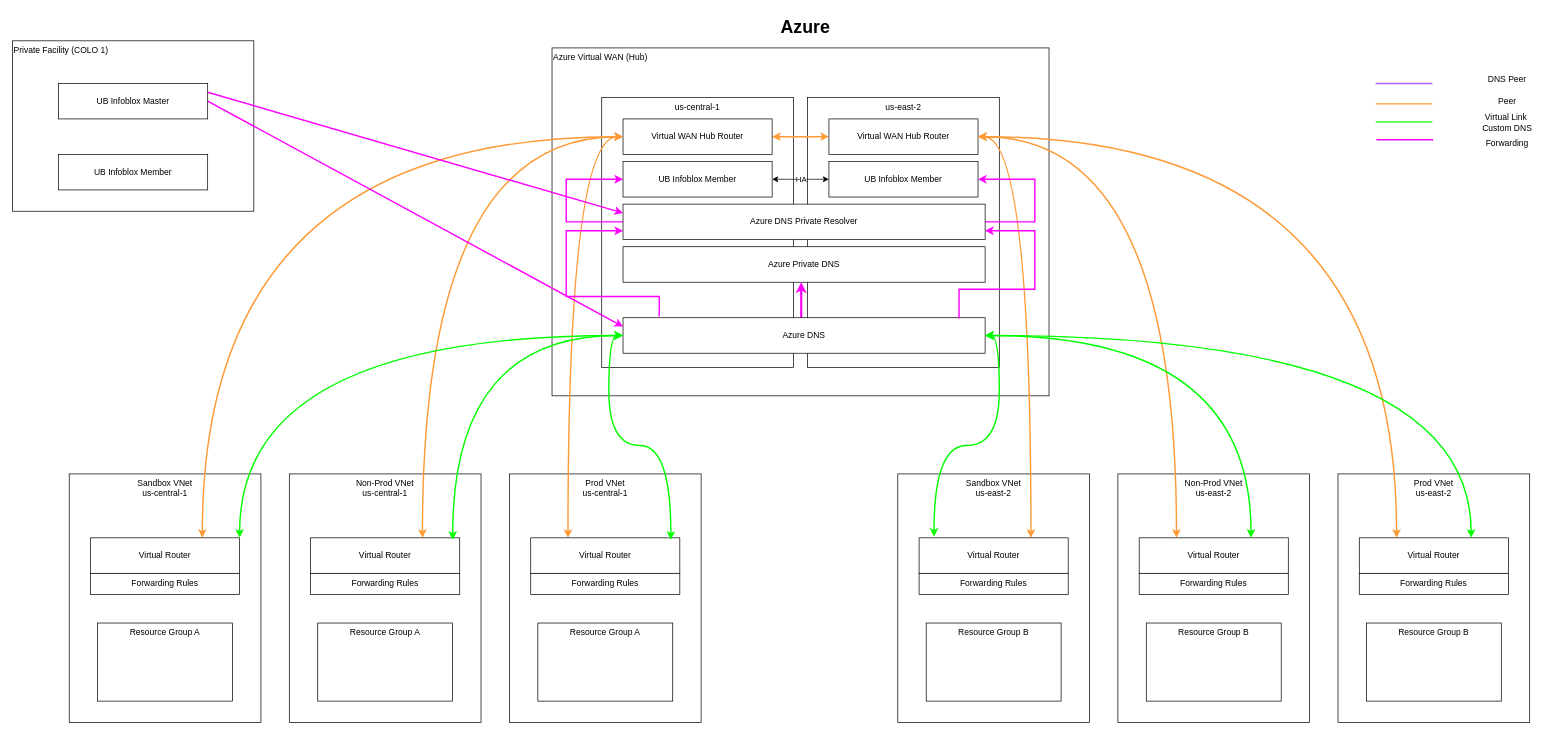
Before: page "DNS - Level 1 CyrusOne" (18 of 18) of disaster-recovery.drawio in bpayt2/temp, a draw.io diagram. Source tidied: cells renumbered, new cells numbered last; positions are measured from the earlier drawing's top-left corner, leaving out a move shared by most shapes. Both pictures are drawn from the tidied source at 71%, with x=0, y=0 at pixel (12, 12).
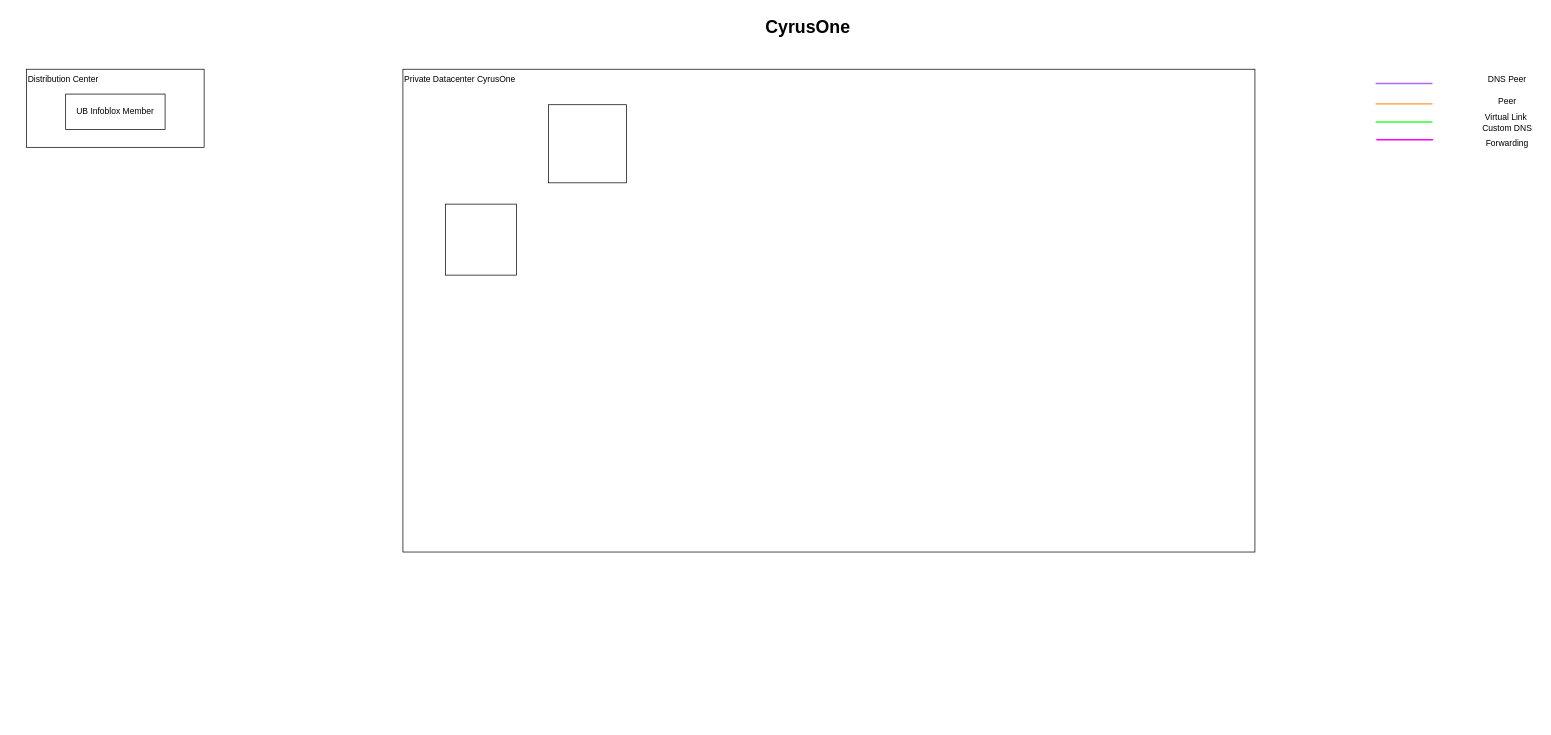
After the change.

The edit, as a diff of the source:
```diff
@@
-    <mxCell id="2" value="Azure Virtual WAN (Hub)" style="rounded=0;whiteSpace=wrap;html=1;align=left;verticalAlign=top;" parent="1" vertex="1">
-      <mxGeometry x="760" y="50" width="700" height="490" as="geometry" />
+    <mxCell id="2" value="Private Datacenter CyrusOne" style="rounded=0;whiteSpace=wrap;html=1;align=left;verticalAlign=top;" parent="1" vertex="1">
+      <mxGeometry x="550" y="80" width="1200" height="680" as="geometry" />
     </mxCell>
-    <mxCell id="3" value="us-central-1" style="rounded=0;whiteSpace=wrap;html=1;verticalAlign=top;" parent="1" vertex="1">
-      <mxGeometry x="830" y="120" width="270" height="380" as="geometry" />
-    </mxCell>
-    <mxCell id="4" value="us-east-2" style="rounded=0;whiteSpace=wrap;html=1;verticalAlign=top;" parent="1" vertex="1">
-      <mxGeometry x="1120" y="120" width="270" height="380" as="geometry" />
-    </mxCell>
-    <mxCell id="5" style="edgeStyle=orthogonalEdgeStyle;rounded=0;orthogonalLoop=1;jettySize=auto;html=1;exitX=0.5;exitY=0;exitDx=0;exitDy=0;entryX=0.5;entryY=1;entryDx=0;entryDy=0;strokeColor=#FF00FF;strokeWidth=3;" parent="1" edge="1">
-      <mxGeometry relative="1" as="geometry">
-        <mxPoint x="1111" y="430" as="sourcePoint" />
-        <mxPoint x="1111" y="380" as="targetPoint" />
-      </mxGeometry>
-    </mxCell>
-    <mxCell id="6" value="Azure DNS" style="rounded=0;whiteSpace=wrap;html=1;" parent="1" vertex="1">
-      <mxGeometry x="860" y="430" width="510" height="50" as="geometry" />
-    </mxCell>
-    <mxCell id="7" style="edgeStyle=orthogonalEdgeStyle;rounded=0;jettySize=auto;html=1;exitX=1;exitY=0.5;exitDx=0;exitDy=0;entryX=0;entryY=0.5;entryDx=0;entryDy=0;startArrow=classic;startFill=1;" parent="1" edge="1" source="9" target="10">
-      <mxGeometry relative="1" as="geometry" />
-    </mxCell>
-    <mxCell id="8" value="HA" style="edgeLabel;html=1;align=center;verticalAlign=middle;" parent="7" vertex="1">
-      <mxGeometry x="-0.01" y="-2" relative="1" as="geometry">
-        <mxPoint y="-2" as="offset" />
-      </mxGeometry>
-    </mxCell>
-    <mxCell id="9" value="UB Infoblox Member" style="rounded=0;whiteSpace=wrap;html=1;" parent="1" vertex="1">
-      <mxGeometry x="860" y="210" width="210" height="50" as="geometry" />
-    </mxCell>
-    <mxCell id="10" value="UB Infoblox Member" style="rounded=0;whiteSpace=wrap;html=1;" parent="1" vertex="1">
-      <mxGeometry x="1150" y="210" width="210" height="50" as="geometry" />
-    </mxCell>
-    <mxCell id="11" style="edgeStyle=orthogonalEdgeStyle;rounded=0;jettySize=auto;html=1;exitX=1;exitY=0.5;exitDx=0;exitDy=0;endArrow=classic;endFill=1;strokeColor=#FF9933;startArrow=classic;startFill=1;strokeWidth=2;" parent="1" edge="1" source="12" target="13">
-      <mxGeometry relative="1" as="geometry" />
-    </mxCell>
-    <mxCell id="12" value="Virtual WAN Hub Router" style="rounded=0;whiteSpace=wrap;html=1;" parent="1" vertex="1">
-      <mxGeometry x="860" y="150" width="210" height="50" as="geometry" />
-    </mxCell>
-    <mxCell id="13" value="Virtual WAN Hub Router" style="rounded=0;whiteSpace=wrap;html=1;" parent="1" vertex="1">
-      <mxGeometry x="1150" y="150" width="210" height="50" as="geometry" />
-    </mxCell>
-    <mxCell id="14" value="Sandbox VNet&lt;br&gt;us-central-1" style="rounded=0;whiteSpace=wrap;html=1;verticalAlign=top;" parent="1" vertex="1">
-      <mxGeometry x="80" y="650" width="270" height="350" as="geometry" />
-    </mxCell>
-    <mxCell id="15" value="Sandbox VNet&lt;br&gt;us-east-2" style="rounded=0;whiteSpace=wrap;html=1;verticalAlign=top;" parent="1" vertex="1">
-      <mxGeometry x="1247" y="650" width="270" height="350" as="geometry" />
-    </mxCell>
-    <mxCell id="16" style="rounded=0;jettySize=auto;html=1;exitX=0.75;exitY=0;exitDx=0;exitDy=0;entryX=0;entryY=0.5;entryDx=0;entryDy=0;edgeStyle=orthogonalEdgeStyle;elbow=vertical;curved=1;strokeColor=#FF9933;startArrow=classic;startFill=1;strokeWidth=2;" parent="1" edge="1" source="17" target="12">
-      <mxGeometry relative="1" as="geometry" />
-    </mxCell>
-    <mxCell id="17" value="Virtual Router" style="rounded=0;whiteSpace=wrap;html=1;" parent="1" vertex="1">
-      <mxGeometry x="110" y="740" width="210" height="50" as="geometry" />
-    </mxCell>
-    <mxCell id="18" style="edgeStyle=orthogonalEdgeStyle;rounded=0;jettySize=auto;html=1;exitX=0.75;exitY=0;exitDx=0;exitDy=0;entryX=1;entryY=0.5;entryDx=0;entryDy=0;curved=1;strokeColor=#FF9933;startArrow=classic;startFill=1;strokeWidth=2;" parent="1" edge="1" source="19" target="13">
-      <mxGeometry relative="1" as="geometry" />
-    </mxCell>
-    <mxCell id="19" value="Virtual Router" style="rounded=0;whiteSpace=wrap;html=1;" parent="1" vertex="1">
-      <mxGeometry x="1277" y="740" width="210" height="50" as="geometry" />
-    </mxCell>
-    <mxCell id="20" value="Resource Group A" style="rounded=0;whiteSpace=wrap;html=1;verticalAlign=top;" parent="1" vertex="1">
-      <mxGeometry x="120" y="860" width="190" height="110" as="geometry" />
-    </mxCell>
-    <mxCell id="21" value="Resource Group B" style="rounded=0;whiteSpace=wrap;html=1;verticalAlign=top;" parent="1" vertex="1">
-      <mxGeometry x="1287" y="860" width="190" height="110" as="geometry" />
-    </mxCell>
-    <mxCell id="22" value="Non-Prod VNet&lt;br&gt;us-central-1" style="rounded=0;whiteSpace=wrap;html=1;verticalAlign=top;" parent="1" vertex="1">
-      <mxGeometry x="390" y="650" width="270" height="350" as="geometry" />
-    </mxCell>
-    <mxCell id="23" value="Non-Prod VNet&lt;br&gt;us-east-2" style="rounded=0;whiteSpace=wrap;html=1;verticalAlign=top;" parent="1" vertex="1">
-      <mxGeometry x="1557" y="650" width="270" height="350" as="geometry" />
-    </mxCell>
-    <mxCell id="24" style="rounded=0;jettySize=auto;html=1;exitX=0.75;exitY=0;exitDx=0;exitDy=0;entryX=0;entryY=0.5;entryDx=0;entryDy=0;edgeStyle=orthogonalEdgeStyle;elbow=vertical;curved=1;strokeColor=#FF9933;startArrow=classic;startFill=1;strokeWidth=2;" parent="1" edge="1" source="25" target="12">
-      <mxGeometry relative="1" as="geometry" />
-    </mxCell>
-    <mxCell id="25" value="Virtual Router" style="rounded=0;whiteSpace=wrap;html=1;" parent="1" vertex="1">
-      <mxGeometry x="420" y="740" width="210" height="50" as="geometry" />
-    </mxCell>
-    <mxCell id="26" style="edgeStyle=orthogonalEdgeStyle;rounded=0;jettySize=auto;html=1;exitX=0.25;exitY=0;exitDx=0;exitDy=0;entryX=1;entryY=0.5;entryDx=0;entryDy=0;curved=1;strokeColor=#FF9933;startArrow=classic;startFill=1;strokeWidth=2;" parent="1" edge="1" source="27" target="13">
-      <mxGeometry relative="1" as="geometry" />
-    </mxCell>
-    <mxCell id="27" value="Virtual Router" style="rounded=0;whiteSpace=wrap;html=1;" parent="1" vertex="1">
-      <mxGeometry x="1587" y="740" width="210" height="50" as="geometry" />
-    </mxCell>
-    <mxCell id="28" value="Resource Group A" style="rounded=0;whiteSpace=wrap;html=1;verticalAlign=top;" parent="1" vertex="1">
-      <mxGeometry x="430" y="860" width="190" height="110" as="geometry" />
-    </mxCell>
-    <mxCell id="29" value="Resource Group B" style="rounded=0;whiteSpace=wrap;html=1;verticalAlign=top;" parent="1" vertex="1">
-      <mxGeometry x="1597" y="860" width="190" height="110" as="geometry" />
-    </mxCell>
-    <mxCell id="30" value="Prod VNet&lt;br&gt;us-central-1" style="rounded=0;whiteSpace=wrap;html=1;verticalAlign=top;" parent="1" vertex="1">
-      <mxGeometry x="700" y="650" width="270" height="350" as="geometry" />
-    </mxCell>
-    <mxCell id="31" value="Prod VNet&lt;br&gt;us-east-2" style="rounded=0;whiteSpace=wrap;html=1;verticalAlign=top;" parent="1" vertex="1">
-      <mxGeometry x="1867" y="650" width="270" height="350" as="geometry" />
-    </mxCell>
-    <mxCell id="32" style="rounded=0;jettySize=auto;html=1;exitX=0.25;exitY=0;exitDx=0;exitDy=0;entryX=0;entryY=0.5;entryDx=0;entryDy=0;edgeStyle=orthogonalEdgeStyle;elbow=vertical;curved=1;strokeColor=#FF9933;startArrow=classic;startFill=1;strokeWidth=2;" parent="1" edge="1" source="33" target="12">
-      <mxGeometry relative="1" as="geometry" />
-    </mxCell>
-    <mxCell id="33" value="Virtual Router" style="rounded=0;whiteSpace=wrap;html=1;" parent="1" vertex="1">
-      <mxGeometry x="730" y="740" width="210" height="50" as="geometry" />
-    </mxCell>
-    <mxCell id="34" style="edgeStyle=orthogonalEdgeStyle;rounded=0;jettySize=auto;html=1;exitX=0.25;exitY=0;exitDx=0;exitDy=0;entryX=1;entryY=0.5;entryDx=0;entryDy=0;curved=1;strokeColor=#FF9933;startArrow=classic;startFill=1;strokeWidth=2;" parent="1" edge="1" source="35" target="13">
-      <mxGeometry relative="1" as="geometry" />
-    </mxCell>
-    <mxCell id="35" value="Virtual Router" style="rounded=0;whiteSpace=wrap;html=1;" parent="1" vertex="1">
-      <mxGeometry x="1897" y="740" width="210" height="50" as="geometry" />
-    </mxCell>
-    <mxCell id="36" value="Resource Group A" style="rounded=0;whiteSpace=wrap;html=1;verticalAlign=top;" parent="1" vertex="1">
-      <mxGeometry x="740" y="860" width="190" height="110" as="geometry" />
-    </mxCell>
-    <mxCell id="37" value="Resource Group B" style="rounded=0;whiteSpace=wrap;html=1;verticalAlign=top;" parent="1" vertex="1">
-      <mxGeometry x="1907" y="860" width="190" height="110" as="geometry" />
-    </mxCell>
-    <mxCell id="38" value="Private Facility (COLO 1)" style="rounded=0;whiteSpace=wrap;html=1;align=left;verticalAlign=top;" parent="1" vertex="1">
-      <mxGeometry y="40" width="340" height="240" as="geometry" />
+    <mxCell id="38" value="Distribution Center" style="rounded=0;whiteSpace=wrap;html=1;align=left;verticalAlign=top;" parent="1" vertex="1">
+      <mxGeometry x="20" y="80" width="250" height="110" as="geometry" />
     </mxCell>
-    <mxCell id="39" style="rounded=0;jettySize=auto;html=1;exitX=1;exitY=0.5;exitDx=0;exitDy=0;entryX=0;entryY=0.25;entryDx=0;entryDy=0;strokeColor=#FF00FF;strokeWidth=2;" parent="1" edge="1" source="40" target="6">
-      <mxGeometry relative="1" as="geometry" />
-    </mxCell>
-    <mxCell id="40" value="UB Infoblox Master" style="rounded=0;whiteSpace=wrap;html=1;" parent="1" vertex="1">
-      <mxGeometry x="65" y="100" width="210" height="50" as="geometry" />
+    <mxCell id="40" value="UB Infoblox Member" style="rounded=0;whiteSpace=wrap;html=1;" parent="1" vertex="1">
+      <mxGeometry x="75" y="115" width="140" height="50" as="geometry" />
     </mxCell>
-    <mxCell id="41" value="UB Infoblox Member" style="rounded=0;whiteSpace=wrap;html=1;" parent="1" vertex="1">
-      <mxGeometry x="65" y="200" width="210" height="50" as="geometry" />
-    </mxCell>
@@
-    <mxCell id="50" value="&lt;b&gt;&lt;font style=&quot;font-size: 25px;&quot;&gt;Azure&amp;nbsp;&lt;/font&gt;&lt;/b&gt;" style="text;html=1;align=center;verticalAlign=middle;strokeColor=none;fillColor=none;" parent="1" vertex="1">
-      <mxGeometry x="1070" width="100" height="40" as="geometry" />
+    <mxCell id="50" value="&lt;b&gt;&lt;font style=&quot;font-size: 25px;&quot;&gt;CyrusOne&lt;/font&gt;&lt;/b&gt;" style="text;html=1;align=center;verticalAlign=middle;strokeColor=none;fillColor=none;" parent="1" vertex="1">
+      <mxGeometry x="1050" width="140" height="40" as="geometry" />
     </mxCell>
-    <mxCell id="51" style="edgeStyle=orthogonalEdgeStyle;rounded=0;jettySize=auto;html=1;exitX=0;exitY=0.5;exitDx=0;exitDy=0;entryX=0;entryY=0.5;entryDx=0;entryDy=0;strokeColor=#FF00FF;strokeWidth=2;" parent="1" edge="1" source="53" target="9">
-      <mxGeometry relative="1" as="geometry">
-        <Array as="points">
-          <mxPoint x="780" y="295" />
-          <mxPoint x="780" y="235" />
-        </Array>
-      </mxGeometry>
-    </mxCell>
-    <mxCell id="52" style="edgeStyle=orthogonalEdgeStyle;rounded=0;jettySize=auto;html=1;exitX=1;exitY=0.5;exitDx=0;exitDy=0;entryX=1;entryY=0.5;entryDx=0;entryDy=0;strokeColor=#FF00FF;strokeWidth=2;" parent="1" edge="1" source="53" target="10">
-      <mxGeometry relative="1" as="geometry">
-        <Array as="points">
-          <mxPoint x="1440" y="295" />
-          <mxPoint x="1440" y="235" />
-        </Array>
-      </mxGeometry>
-    </mxCell>
-    <mxCell id="53" value="Azure DNS Private Resolver" style="rounded=0;whiteSpace=wrap;html=1;" parent="1" vertex="1">
-      <mxGeometry x="860" y="270" width="510" height="50" as="geometry" />
-    </mxCell>
-    <mxCell id="54" style="edgeStyle=orthogonalEdgeStyle;rounded=0;jettySize=auto;html=1;exitX=0;exitY=0.5;exitDx=0;exitDy=0;entryX=1;entryY=0;entryDx=0;entryDy=0;curved=1;strokeColor=#00FF00;strokeWidth=2;startArrow=classic;startFill=1;" parent="1" edge="1" source="6" target="17">
-      <mxGeometry relative="1" as="geometry" />
-    </mxCell>
-    <mxCell id="55" style="edgeStyle=orthogonalEdgeStyle;rounded=0;jettySize=auto;html=1;exitX=0.75;exitY=0;exitDx=0;exitDy=0;entryX=1;entryY=0.5;entryDx=0;entryDy=0;curved=1;strokeColor=#00FF00;strokeWidth=2;startArrow=classic;startFill=1;" parent="1" edge="1" source="27" target="6">
-      <mxGeometry relative="1" as="geometry" />
-    </mxCell>
-    <mxCell id="56" style="edgeStyle=orthogonalEdgeStyle;rounded=0;jettySize=auto;html=1;exitX=0.75;exitY=0;exitDx=0;exitDy=0;entryX=1;entryY=0.5;entryDx=0;entryDy=0;curved=1;strokeColor=#00FF00;strokeWidth=2;startArrow=classic;startFill=1;" parent="1" edge="1" source="35" target="6">
-      <mxGeometry relative="1" as="geometry" />
-    </mxCell>
-    <mxCell id="57" style="edgeStyle=orthogonalEdgeStyle;rounded=0;jettySize=auto;html=1;exitX=0;exitY=0.5;exitDx=0;exitDy=0;entryX=0.953;entryY=0.057;entryDx=0;entryDy=0;entryPerimeter=0;curved=1;strokeColor=#00FF00;strokeWidth=2;startArrow=classic;startFill=1;" parent="1" edge="1" source="6" target="25">
-      <mxGeometry relative="1" as="geometry" />
-    </mxCell>
-    <mxCell id="58" style="edgeStyle=orthogonalEdgeStyle;rounded=0;jettySize=auto;html=1;exitX=0;exitY=0.5;exitDx=0;exitDy=0;entryX=0.94;entryY=0.057;entryDx=0;entryDy=0;entryPerimeter=0;curved=1;strokeColor=#00FF00;strokeWidth=2;startArrow=classic;startFill=1;" parent="1" edge="1" source="6" target="33">
-      <mxGeometry relative="1" as="geometry" />
-    </mxCell>
-    <mxCell id="59" style="edgeStyle=orthogonalEdgeStyle;rounded=0;jettySize=auto;html=1;exitX=1;exitY=0.5;exitDx=0;exitDy=0;entryX=0.1;entryY=-0.031;entryDx=0;entryDy=0;entryPerimeter=0;curved=1;strokeColor=#00FF00;strokeWidth=2;startArrow=classic;startFill=1;" parent="1" edge="1" source="6" target="19">
-      <mxGeometry relative="1" as="geometry" />
-    </mxCell>
-    <mxCell id="60" value="Azure Private DNS" style="rounded=0;whiteSpace=wrap;html=1;" parent="1" vertex="1">
-      <mxGeometry x="860" y="330" width="510" height="50" as="geometry" />
-    </mxCell>
-    <mxCell id="61" style="edgeStyle=orthogonalEdgeStyle;rounded=0;jettySize=auto;html=1;exitX=1;exitY=0.75;exitDx=0;exitDy=0;entryX=0.928;entryY=0.021;entryDx=0;entryDy=0;entryPerimeter=0;strokeColor=#FF00FF;strokeWidth=2;startArrow=classic;startFill=1;endArrow=none;endFill=0;" parent="1" edge="1" source="53" target="6">
-      <mxGeometry relative="1" as="geometry">
-        <Array as="points">
-          <mxPoint x="1440" y="308" />
-          <mxPoint x="1440" y="390" />
-          <mxPoint x="1333" y="390" />
-        </Array>
-      </mxGeometry>
-    </mxCell>
-    <mxCell id="62" style="edgeStyle=orthogonalEdgeStyle;rounded=0;jettySize=auto;html=1;exitX=0;exitY=0.75;exitDx=0;exitDy=0;entryX=0.1;entryY=-0.037;entryDx=0;entryDy=0;entryPerimeter=0;strokeColor=#FF00FF;strokeWidth=2;startArrow=classic;startFill=1;endArrow=none;endFill=0;" parent="1" edge="1" source="53" target="6">
-      <mxGeometry relative="1" as="geometry">
-        <Array as="points">
-          <mxPoint x="780" y="308" />
-          <mxPoint x="780" y="400" />
-          <mxPoint x="911" y="400" />
-        </Array>
-      </mxGeometry>
-    </mxCell>
-    <mxCell id="63" value="Forwarding Rules" style="rounded=0;whiteSpace=wrap;html=1;" parent="1" vertex="1">
-      <mxGeometry x="110" y="790" width="210" height="30" as="geometry" />
-    </mxCell>
-    <mxCell id="64" value="Forwarding Rules" style="rounded=0;whiteSpace=wrap;html=1;" parent="1" vertex="1">
-      <mxGeometry x="420" y="790" width="210" height="30" as="geometry" />
-    </mxCell>
-    <mxCell id="65" value="Forwarding Rules" style="rounded=0;whiteSpace=wrap;html=1;" parent="1" vertex="1">
-      <mxGeometry x="730" y="790" width="210" height="30" as="geometry" />
-    </mxCell>
-    <mxCell id="66" value="Forwarding Rules" style="rounded=0;whiteSpace=wrap;html=1;" parent="1" vertex="1">
-      <mxGeometry x="1277" y="790" width="210" height="30" as="geometry" />
-    </mxCell>
-    <mxCell id="67" value="Forwarding Rules" style="rounded=0;whiteSpace=wrap;html=1;" parent="1" vertex="1">
-      <mxGeometry x="1587" y="790" width="210" height="30" as="geometry" />
-    </mxCell>
-    <mxCell id="68" value="Forwarding Rules" style="rounded=0;whiteSpace=wrap;html=1;" parent="1" vertex="1">
-      <mxGeometry x="1897" y="790" width="210" height="30" as="geometry" />
-    </mxCell>
-    <mxCell id="69" style="rounded=0;jettySize=auto;html=1;exitX=1;exitY=0.25;exitDx=0;exitDy=0;strokeColor=#FF00FF;strokeWidth=2;entryX=0;entryY=0.25;entryDx=0;entryDy=0;" parent="1" edge="1" source="40" target="53">
-      <mxGeometry relative="1" as="geometry" />
-    </mxCell>
+    <mxCell id="70" style="whiteSpace=wrap;html=1;" parent="1" vertex="1">
+      <mxGeometry x="610" y="270" width="100" height="100" as="geometry" />
+    </mxCell>
+    <mxCell id="71" style="whiteSpace=wrap;html=1;" parent="1" vertex="1">
+      <mxGeometry x="755" y="130" width="110" height="110" as="geometry" />
+    </mxCell>
```
